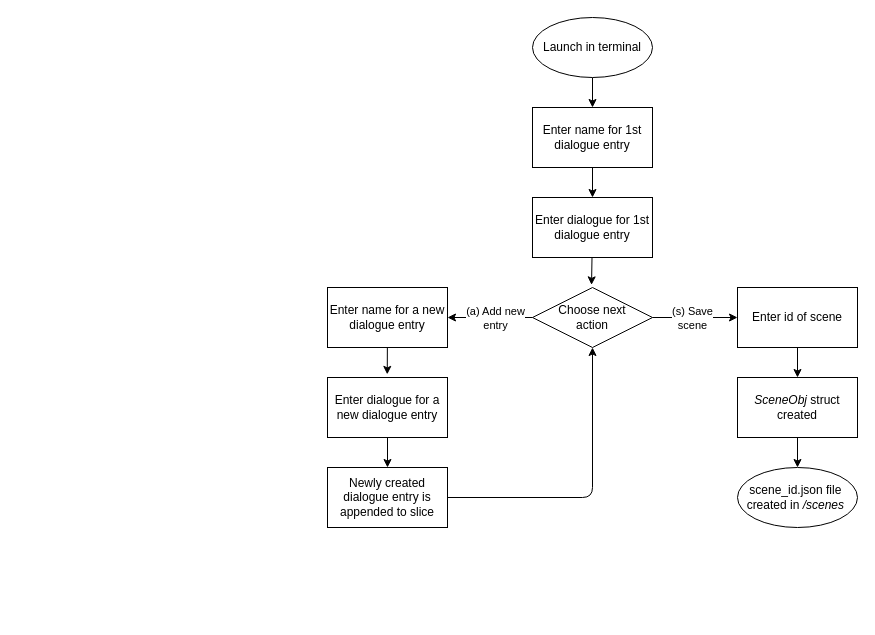
This is userFlow.drawio from m4tchka/CLI-VN-Dialogue-File-Maker, a draw.io file, before an edit. Source tidied: cells renumbered, new cells numbered last; positions are measured from the earlier drawing's top-left corner, leaving out a move shared by most shapes. Both pictures are drawn from the tidied source at 100%, with x=0, y=0 at pixel (327, 17).
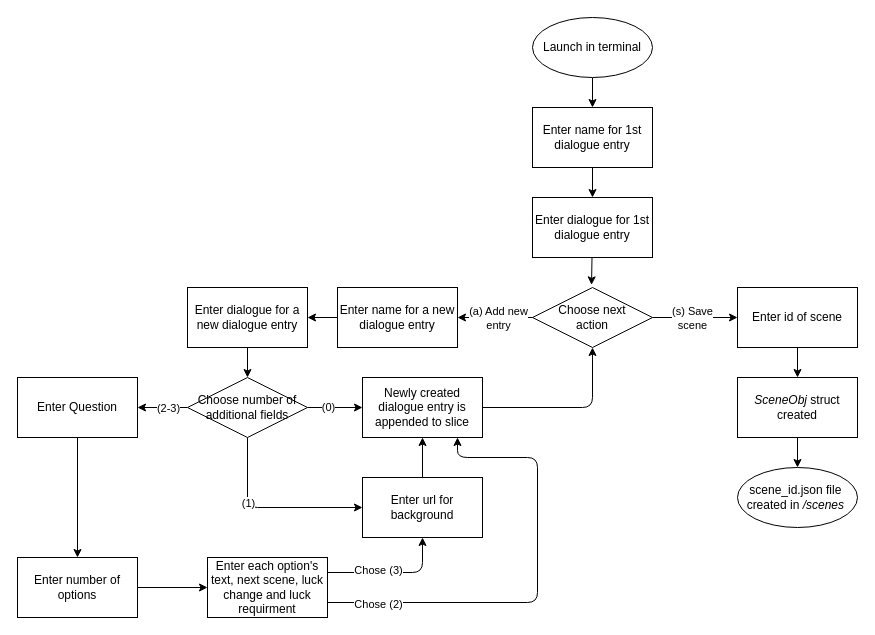
Above is the later version.

Commit message (it also covers changes not shown here):
Add demo GIF to README, update user flow diagram

The change refers to these unchanged cells:
```xml
<mxCell id="12" value="Choose next &lt;br&gt;action" style="rhombus;whiteSpace=wrap;html=1;" parent="1" vertex="1">
  <mxGeometry x="205" y="270" width="120" height="60" as="geometry" />
</mxCell>
```

Diff of the diagram source:
```diff
@@
-    <mxCell id="13" style="edgeStyle=none;html=1;entryX=0.498;entryY=-0.052;entryDx=0;entryDy=0;entryPerimeter=0;" parent="1" edge="1" source="14" target="16">
+    <mxCell id="13" style="edgeStyle=none;html=1;entryX=1;entryY=0.5;entryDx=0;entryDy=0;" parent="1" edge="1" source="14" target="16">
       <mxGeometry relative="1" as="geometry" />
     </mxCell>
     <mxCell id="14" value="Enter name for a new dialogue entry" style="whiteSpace=wrap;html=1;" parent="1" vertex="1">
-      <mxGeometry y="270" width="120" height="60" as="geometry" />
+      <mxGeometry x="10" y="270" width="120" height="60" as="geometry" />
     </mxCell>
-    <mxCell id="15" style="edgeStyle=none;html=1;entryX=0.5;entryY=0;entryDx=0;entryDy=0;" parent="1" edge="1" source="16" target="18">
+    <mxCell id="15" style="edgeStyle=none;html=1;entryX=0.5;entryY=0;entryDx=0;entryDy=0;" parent="1" edge="1" source="16" target="30">
       <mxGeometry relative="1" as="geometry" />
     </mxCell>
     <mxCell id="16" value="Enter dialogue for a new dialogue entry" style="whiteSpace=wrap;html=1;" parent="1" vertex="1">
-      <mxGeometry y="360" width="120" height="60" as="geometry" />
+      <mxGeometry x="-140" y="270" width="120" height="60" as="geometry" />
     </mxCell>
     <mxCell id="17" style="edgeStyle=none;html=1;entryX=0.5;entryY=1;entryDx=0;entryDy=0;" parent="1" edge="1" source="18" target="12">
       <mxGeometry relative="1" as="geometry">
         <Array as="points">
-          <mxPoint x="265" y="480" />
+          <mxPoint x="265" y="390" />
         </Array>
       </mxGeometry>
     </mxCell>
     <mxCell id="18" value="Newly created dialogue entry is appended to slice" style="whiteSpace=wrap;html=1;" parent="1" vertex="1">
-      <mxGeometry y="450" width="120" height="60" as="geometry" />
+      <mxGeometry x="35" y="360" width="120" height="60" as="geometry" />
     </mxCell>
@@
+    <mxCell id="24" style="edgeStyle=none;html=1;entryX=0;entryY=0.5;entryDx=0;entryDy=0;exitX=1;exitY=0.5;exitDx=0;exitDy=0;" parent="1" edge="1" source="30" target="18">
+      <mxGeometry relative="1" as="geometry" />
+    </mxCell>
+    <mxCell id="25" value="(0)" style="edgeLabel;html=1;align=center;verticalAlign=middle;" parent="24" vertex="1">
+      <mxGeometry x="-0.24" y="1" relative="1" as="geometry">
+        <mxPoint x="-1" as="offset" />
+      </mxGeometry>
+    </mxCell>
+    <mxCell id="26" style="edgeStyle=none;html=1;entryX=0;entryY=0.5;entryDx=0;entryDy=0;exitX=0.5;exitY=1;exitDx=0;exitDy=0;" parent="1" edge="1" source="30" target="32">
+      <mxGeometry relative="1" as="geometry">
+        <Array as="points">
+          <mxPoint x="-80" y="490" />
+        </Array>
+      </mxGeometry>
+    </mxCell>
+    <mxCell id="27" value="(1)" style="edgeLabel;html=1;align=center;verticalAlign=middle;" parent="26" vertex="1">
+      <mxGeometry x="-0.3" relative="1" as="geometry" />
+    </mxCell>
+    <mxCell id="28" style="edgeStyle=none;html=1;" parent="1" edge="1" source="30" target="34">
+      <mxGeometry relative="1" as="geometry" />
+    </mxCell>
+    <mxCell id="29" value="(2-3)" style="edgeLabel;html=1;align=center;verticalAlign=middle;" parent="28" vertex="1">
+      <mxGeometry x="0.24" y="1" relative="1" as="geometry">
+        <mxPoint x="11" y="-1" as="offset" />
+      </mxGeometry>
+    </mxCell>
+    <mxCell id="30" value="Choose number of additional fields" style="rhombus;whiteSpace=wrap;html=1;" parent="1" vertex="1">
+      <mxGeometry x="-140" y="360" width="120" height="60" as="geometry" />
+    </mxCell>
+    <mxCell id="31" style="edgeStyle=none;html=1;entryX=0.5;entryY=1;entryDx=0;entryDy=0;exitX=0.5;exitY=0;exitDx=0;exitDy=0;" parent="1" edge="1" source="32" target="18">
+      <mxGeometry relative="1" as="geometry" />
+    </mxCell>
+    <mxCell id="32" value="Enter url for background" style="whiteSpace=wrap;html=1;" parent="1" vertex="1">
+      <mxGeometry x="35" y="460" width="120" height="60" as="geometry" />
+    </mxCell>
+    <mxCell id="33" style="edgeStyle=none;html=1;" parent="1" edge="1" source="34" target="36">
+      <mxGeometry relative="1" as="geometry" />
+    </mxCell>
+    <mxCell id="34" value="Enter Question" style="whiteSpace=wrap;html=1;" parent="1" vertex="1">
+      <mxGeometry x="-310" y="360" width="120" height="60" as="geometry" />
+    </mxCell>
+    <mxCell id="35" style="edgeStyle=none;html=1;" parent="1" edge="1" source="36" target="41">
+      <mxGeometry relative="1" as="geometry" />
+    </mxCell>
+    <mxCell id="36" value="Enter number of options" style="whiteSpace=wrap;html=1;" parent="1" vertex="1">
+      <mxGeometry x="-310" y="540" width="120" height="60" as="geometry" />
+    </mxCell>
+    <mxCell id="37" style="edgeStyle=none;html=1;entryX=0.5;entryY=1;entryDx=0;entryDy=0;exitX=1;exitY=0.25;exitDx=0;exitDy=0;" parent="1" edge="1" source="41" target="32">
+      <mxGeometry relative="1" as="geometry">
+        <Array as="points">
+          <mxPoint x="95" y="555" />
+        </Array>
+      </mxGeometry>
+    </mxCell>
+    <mxCell id="38" value="Chose (3)" style="edgeLabel;html=1;align=center;verticalAlign=middle;" parent="37" vertex="1">
+      <mxGeometry x="-0.36" y="3" relative="1" as="geometry">
+        <mxPoint x="8" as="offset" />
+      </mxGeometry>
+    </mxCell>
+    <mxCell id="39" style="edgeStyle=none;html=1;exitX=1;exitY=0.75;exitDx=0;exitDy=0;" parent="1" edge="1" source="41">
+      <mxGeometry relative="1" as="geometry">
+        <mxPoint x="130" y="420" as="targetPoint" />
+        <Array as="points">
+          <mxPoint x="210" y="585" />
+          <mxPoint x="210" y="440" />
+          <mxPoint x="130" y="440" />
+        </Array>
+      </mxGeometry>
+    </mxCell>
+    <mxCell id="40" value="Chose (2)" style="edgeLabel;html=1;align=center;verticalAlign=middle;" parent="39" vertex="1">
+      <mxGeometry x="-0.78" y="-1" relative="1" as="geometry" />
+    </mxCell>
+    <mxCell id="41" value="Enter each option's text, next scene, luck change and luck requirment" style="whiteSpace=wrap;html=1;" parent="1" vertex="1">
+      <mxGeometry x="-120" y="540" width="120" height="60" as="geometry" />
+    </mxCell>
```
